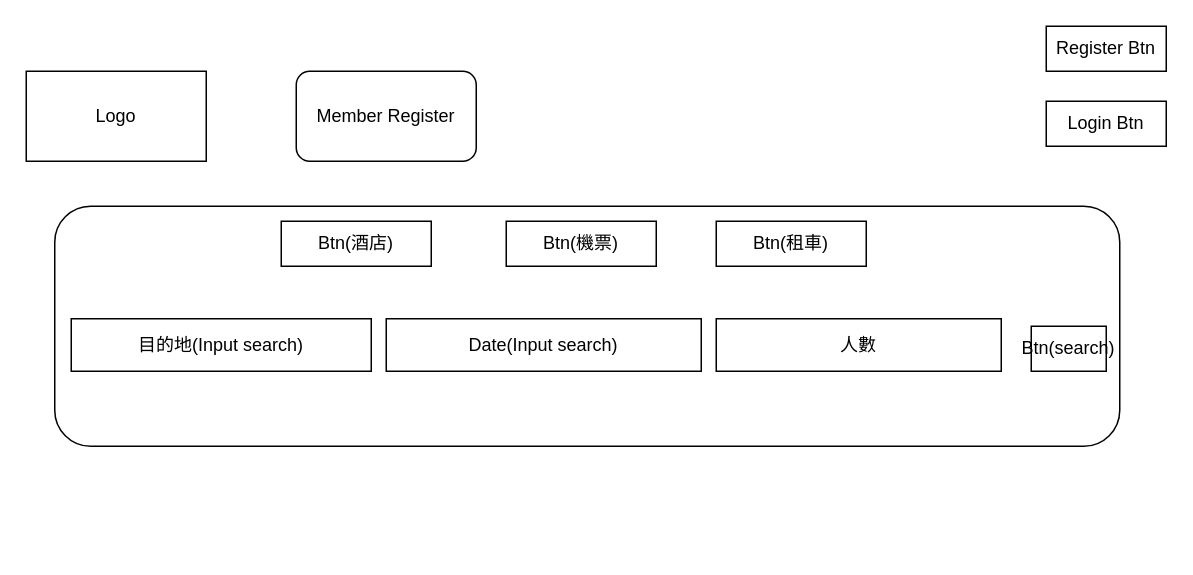
Spike-forward/hk-sma-m4-project-23-04 keeps this draw.io diagram as page "Cover" (1 of 3) of hk-sma-m4-project-23-04.drawio. Above is the earlier version. Source tidied: cells renumbered, new cells numbered last; positions are measured from the earlier drawing's top-left corner, leaving out a move shared by most shapes. Both pictures are drawn from the tidied source at 150%, with x=0, y=0 at pixel (26, 26).
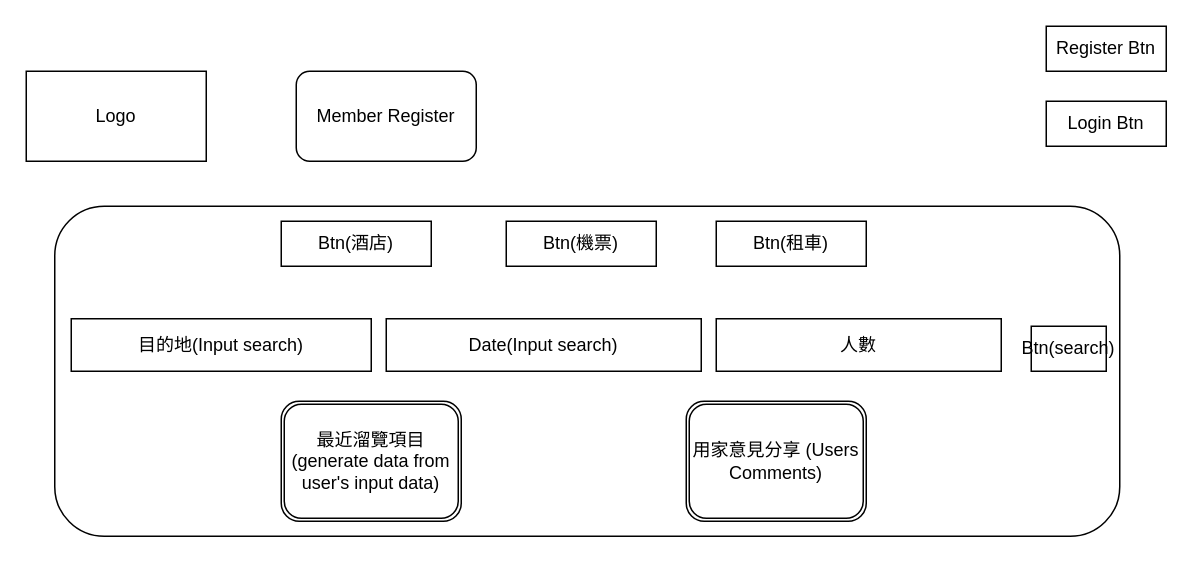
The same page after the edit.

The edit, as a diff of the source:
```diff
@@
 <mxGraphModel>
   <root>
     <mxCell id="0" />
     <mxCell id="1" parent="0" />
     <mxCell id="2" value="Logo" style="rounded=0;whiteSpace=wrap;html=1;" parent="1" vertex="1">
       <mxGeometry y="30" width="120" height="60" as="geometry" />
     </mxCell>
     <mxCell id="3" value="Login Btn" style="rounded=0;whiteSpace=wrap;html=1;" parent="1" vertex="1">
       <mxGeometry x="680" y="50" width="80" height="30" as="geometry" />
     </mxCell>
     <mxCell id="4" style="rounded=1;whiteSpace=wrap;html=1;" parent="1" vertex="1">
-      <mxGeometry x="19" y="120" width="710" height="160" as="geometry" />
+      <mxGeometry x="19" y="120" width="710" height="220" as="geometry" />
     </mxCell>
     <mxCell id="5" value="Btn(酒店)" style="rounded=0;whiteSpace=wrap;html=1;" parent="1" vertex="1">
       <mxGeometry x="170" y="130" width="100" height="30" as="geometry" />
     </mxCell>
     <mxCell id="6" value="Btn(機票)" style="rounded=0;whiteSpace=wrap;html=1;" parent="1" vertex="1">
       <mxGeometry x="320" y="130" width="100" height="30" as="geometry" />
     </mxCell>
     <mxCell id="7" value="Btn(租車)" style="rounded=0;whiteSpace=wrap;html=1;" parent="1" vertex="1">
       <mxGeometry x="460" y="130" width="100" height="30" as="geometry" />
     </mxCell>
     <mxCell id="8" value="目的地(Input search)" style="rounded=0;whiteSpace=wrap;html=1;" parent="1" vertex="1">
       <mxGeometry x="30" y="195" width="200" height="35" as="geometry" />
     </mxCell>
     <mxCell id="9" value="Date(Input search)" style="rounded=0;whiteSpace=wrap;html=1;" parent="1" vertex="1">
       <mxGeometry x="240" y="195" width="210" height="35" as="geometry" />
     </mxCell>
     <mxCell id="10" value="人數" style="rounded=0;whiteSpace=wrap;html=1;" parent="1" vertex="1">
       <mxGeometry x="460" y="195" width="190" height="35" as="geometry" />
     </mxCell>
     <mxCell id="11" value="Btn(search)" style="rounded=0;whiteSpace=wrap;html=1;" parent="1" vertex="1">
       <mxGeometry x="670" y="200" width="50" height="30" as="geometry" />
     </mxCell>
     <mxCell id="12" style="edgeStyle=orthogonalEdgeStyle;rounded=0;orthogonalLoop=1;jettySize=auto;html=1;exitX=0.5;exitY=1;exitDx=0;exitDy=0;" parent="1" edge="1" source="4" target="4">
       <mxGeometry relative="1" as="geometry" />
     </mxCell>
     <mxCell id="13" value="Member Register" style="rounded=1;whiteSpace=wrap;html=1;" parent="1" vertex="1">
       <mxGeometry x="180" y="30" width="120" height="60" as="geometry" />
     </mxCell>
     <mxCell id="14" value="Register Btn" style="rounded=0;whiteSpace=wrap;html=1;" parent="1" vertex="1">
       <mxGeometry x="680" width="80" height="30" as="geometry" />
     </mxCell>
+    <mxCell id="15" value="最近溜覽項目 (generate data from user's input data)" style="shape=ext;double=1;rounded=1;whiteSpace=wrap;html=1;" parent="1" vertex="1">
+      <mxGeometry x="170" y="250" width="120" height="80" as="geometry" />
+    </mxCell>
+    <mxCell id="16" value="用家意見分享 (Users Comments)" style="shape=ext;double=1;rounded=1;whiteSpace=wrap;html=1;" parent="1" vertex="1">
+      <mxGeometry x="440" y="250" width="120" height="80" as="geometry" />
+    </mxCell>
   </root>
 </mxGraphModel>
```
